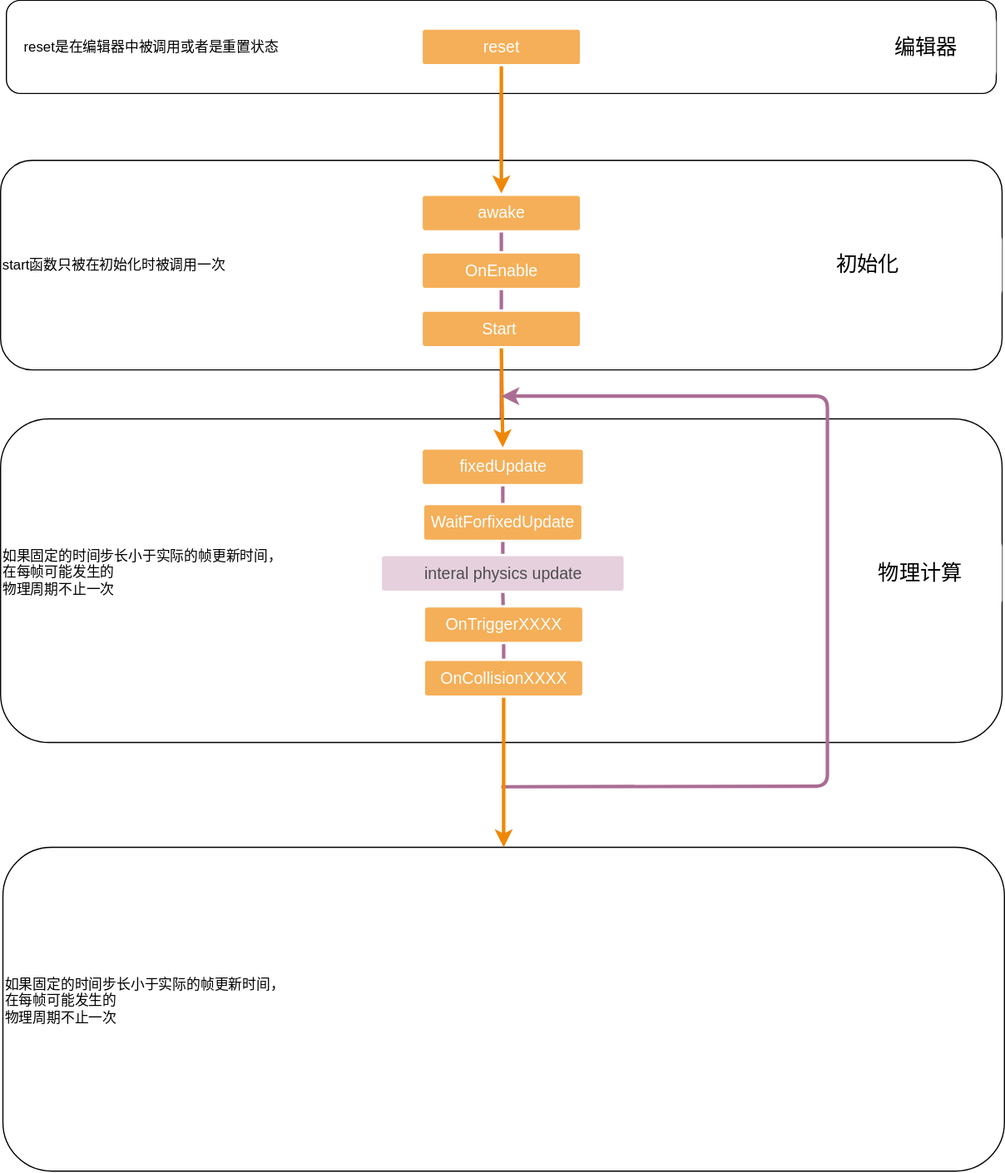
Before: unitylearn.svg, a diagram exported from draw.io (SandWind/unitylearn). Source tidied: cells renumbered, new cells last; positions are measured from the earlier drawing's top-left corner, leaving out a move shared by most shapes.
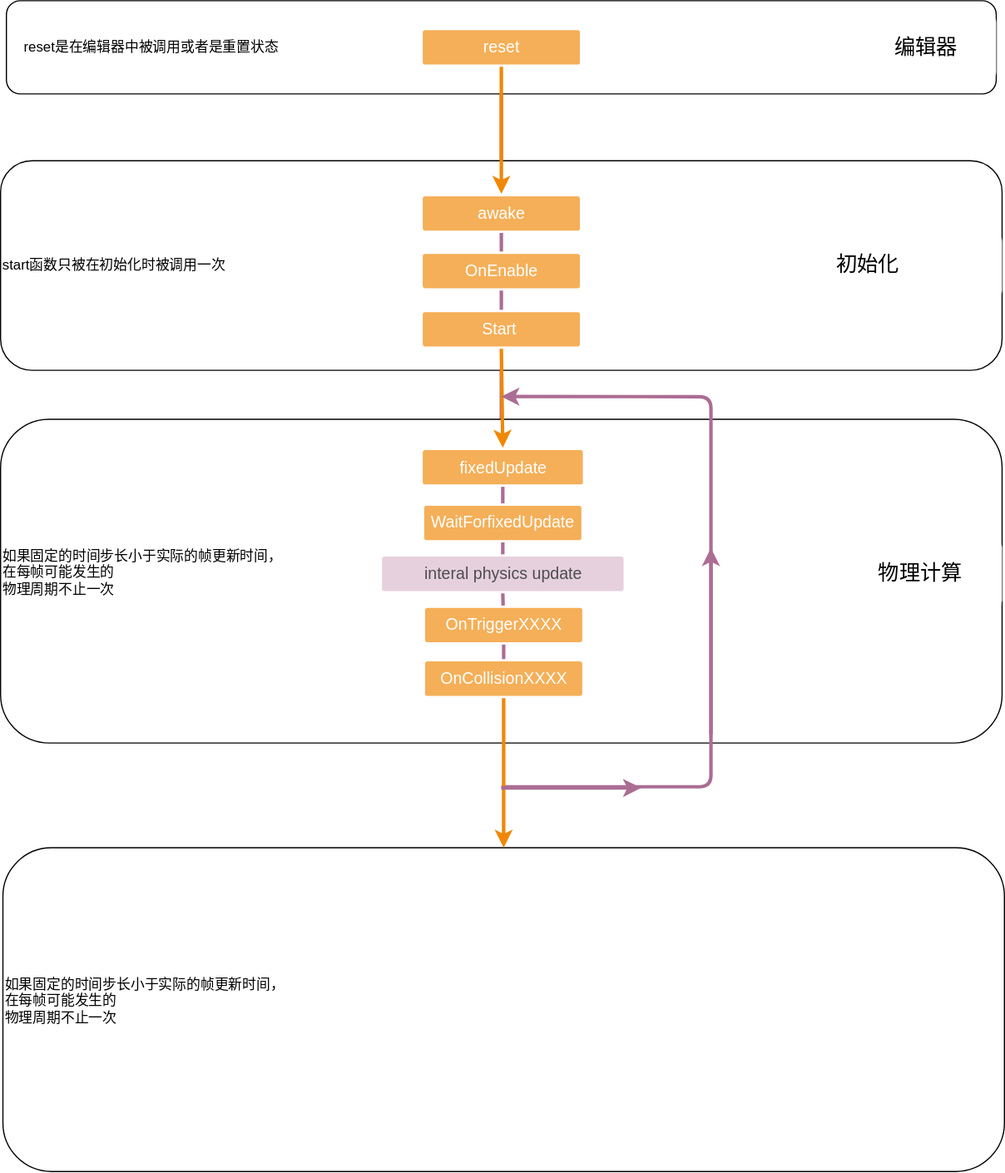
Later version of the same file.

The edit, as a diff of the source:
```diff
@@ -54,7 +54,7 @@
       <mxGeometry x="362.5" y="385.5" width="137.5" height="29.5" as="geometry" />
     </mxCell>
     <mxCell id="19" value="&lt;span style=&quot;font-size: 18px&quot;&gt;物理计算&lt;/span&gt;" style="rounded=1;whiteSpace=wrap;html=1;labelBackgroundColor=none;labelBorderColor=none;strokeColor=none;imageWidth=20;arcSize=12;" parent="1" vertex="1">
-      <mxGeometry x="720" y="461.8" width="140" height="60" as="geometry" />
+      <mxGeometry x="720" y="461.7" width="140" height="60" as="geometry" />
     </mxCell>
     <mxCell id="20" value="WaitForfixedUpdate" style="rounded=1;whiteSpace=wrap;html=1;shadow=0;labelBackgroundColor=none;strokeColor=none;strokeWidth=3;fillColor=#f5af58;fontFamily=Helvetica;fontSize=14;fontColor=#FFFFFF;align=center;spacing=5;arcSize=7;perimeterSpacing=2;" parent="1" vertex="1">
       <mxGeometry x="363.8" y="433.2" width="135" height="29.5" as="geometry" />
@@ -82,11 +82,11 @@
     </mxCell>
     <mxCell id="28" style="endArrow=classic;html=1;strokeColor=#AB6D94;strokeWidth=3;fontColor=#4D4D4D;" parent="1" edge="1">
       <mxGeometry relative="1" as="geometry">
-        <mxPoint x="430" y="675" as="sourcePoint" />
+        <mxPoint x="430" y="674.6" as="sourcePoint" />
         <mxPoint x="430" y="339.5" as="targetPoint" />
         <Array as="points">
-          <mxPoint x="710" y="674.5" />
-          <mxPoint x="710" y="339.5" />
+          <mxPoint x="610" y="674.6" />
+          <mxPoint x="610" y="339.6" />
         </Array>
       </mxGeometry>
     </mxCell>
@@ -97,5 +97,17 @@
         </Array>
       </mxGeometry>
     </mxCell>
+    <mxCell id="30" style="endArrow=classic;html=1;strokeColor=#AB6D94;strokeWidth=3;fontColor=#4D4D4D;" parent="1" edge="1">
+      <mxGeometry relative="1" as="geometry">
+        <mxPoint x="430" y="675.6" as="sourcePoint" />
+        <mxPoint x="550" y="675.6" as="targetPoint" />
+      </mxGeometry>
+    </mxCell>
+    <mxCell id="31" style="endArrow=classic;html=1;strokeColor=#AB6D94;strokeWidth=3;fontColor=#4D4D4D;" parent="1" edge="1">
+      <mxGeometry relative="1" as="geometry">
+        <mxPoint x="610" y="629.6" as="sourcePoint" />
+        <mxPoint x="610" y="469.6" as="targetPoint" />
+      </mxGeometry>
+    </mxCell>
   </root>
 </mxGraphModel>
```
